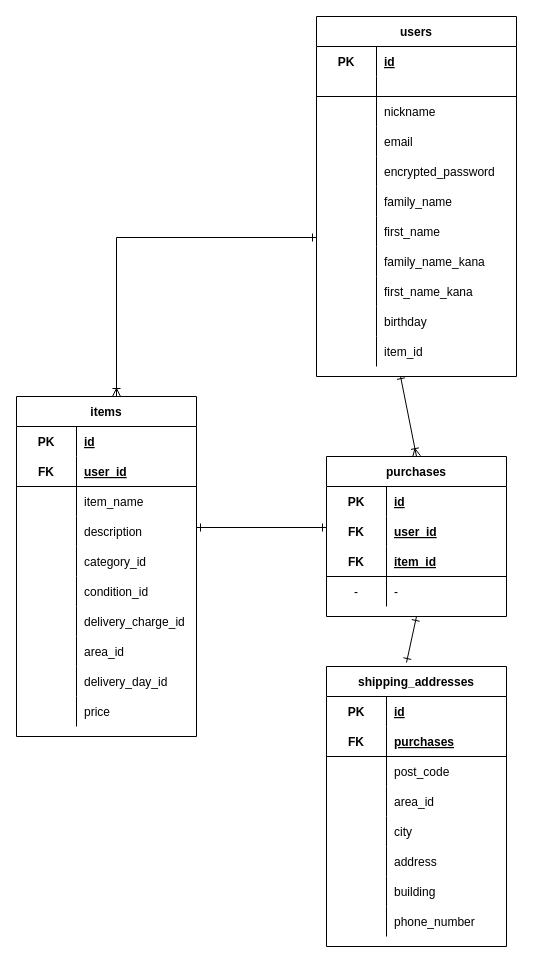
The draw.io diagram test.dio in naoto7010code/furima-38452, before the edit. Source tidied: cells renumbered, new cells numbered last; positions are measured from the earlier drawing's top-left corner, leaving out a move shared by most shapes. Both pictures are drawn from the tidied source at 100%, with x=0, y=0 at pixel (16, 16).
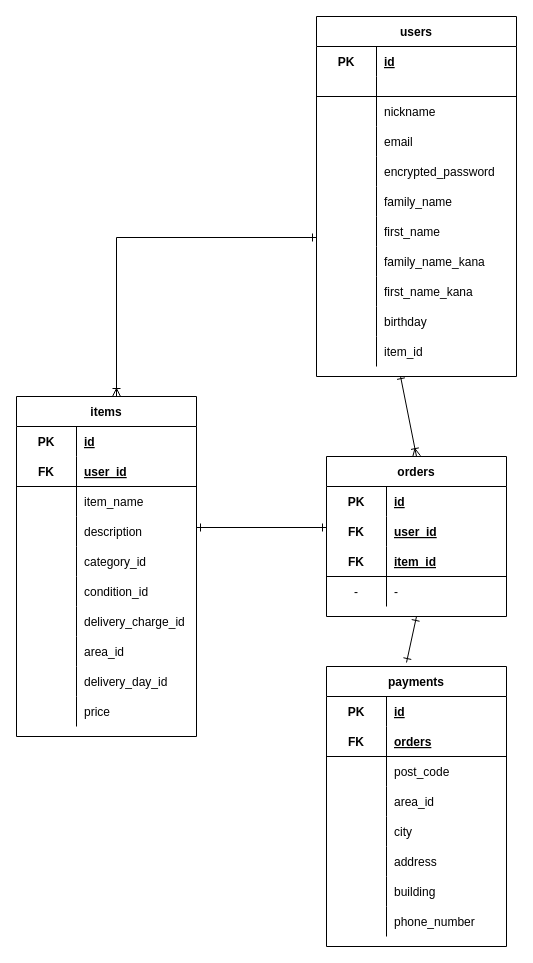
The same diagram, later.

Unchanged cells that the change refers to:
```xml
<mxCell id="88" style="shape=partialRectangle;fillColor=none;top=0;left=0;bottom=1;right=0;" parent="84" vertex="1">
  <mxGeometry y="60" width="180" height="30" as="geometry" />
</mxCell>
```

The edit, as a diff of the source:
```diff
@@
-    <mxCell id="71" value="purchases" style="shape=table;startSize=30;childLayout=tableLayout;rowLines=0;fontStyle=1;align=center;swimlaneFillColor=#FFFFFF;" parent="1" vertex="1">
+    <mxCell id="71" value="orders" style="shape=table;startSize=30;childLayout=tableLayout;rowLines=0;fontStyle=1;align=center;swimlaneFillColor=#FFFFFF;" parent="1" vertex="1">
       <mxGeometry x="310" y="440" width="180" height="160" as="geometry" />
     </mxCell>
@@
-    <mxCell id="84" value="shipping_addresses" style="shape=table;startSize=30;childLayout=tableLayout;rowLines=0;fontStyle=1;align=center;swimlaneFillColor=#FFFFFF;" parent="1" vertex="1">
+    <mxCell id="84" value="payments" style="shape=table;startSize=30;childLayout=tableLayout;rowLines=0;fontStyle=1;align=center;swimlaneFillColor=#FFFFFF;" parent="1" vertex="1">
       <mxGeometry x="310" y="650" width="180" height="280" as="geometry" />
     </mxCell>
@@
-    <mxCell id="90" value="purchases" style="shape=partialRectangle;fillColor=none;top=0;left=0;bottom=0;right=0;align=left;spacingLeft=6;fontStyle=5;overflow=hidden;" parent="88" vertex="1">
+    <mxCell id="90" value="orders" style="shape=partialRectangle;fillColor=none;top=0;left=0;bottom=0;right=0;align=left;spacingLeft=6;fontStyle=5;overflow=hidden;" parent="88" vertex="1">
       <mxGeometry x="60" width="120" height="30" as="geometry" />
     </mxCell>
```
